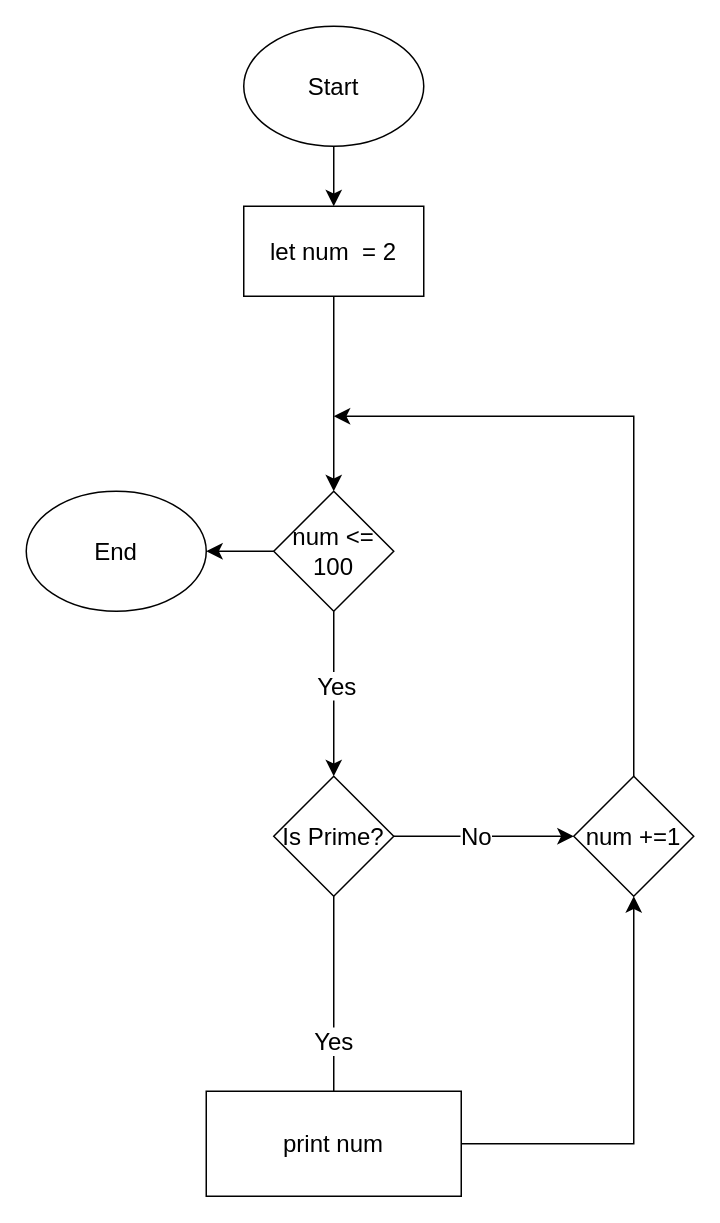
Above: page "Page-1" (1 of 2) of q14.drawio in reecewdoyle/T1A1 (draw.io), before the change. Source tidied: cells renumbered, new cells numbered last; positions are measured from the earlier drawing's top-left corner, leaving out a move shared by most shapes. Both pictures are drawn from the tidied source at 150%, with x=0, y=0 at pixel (26, 26).
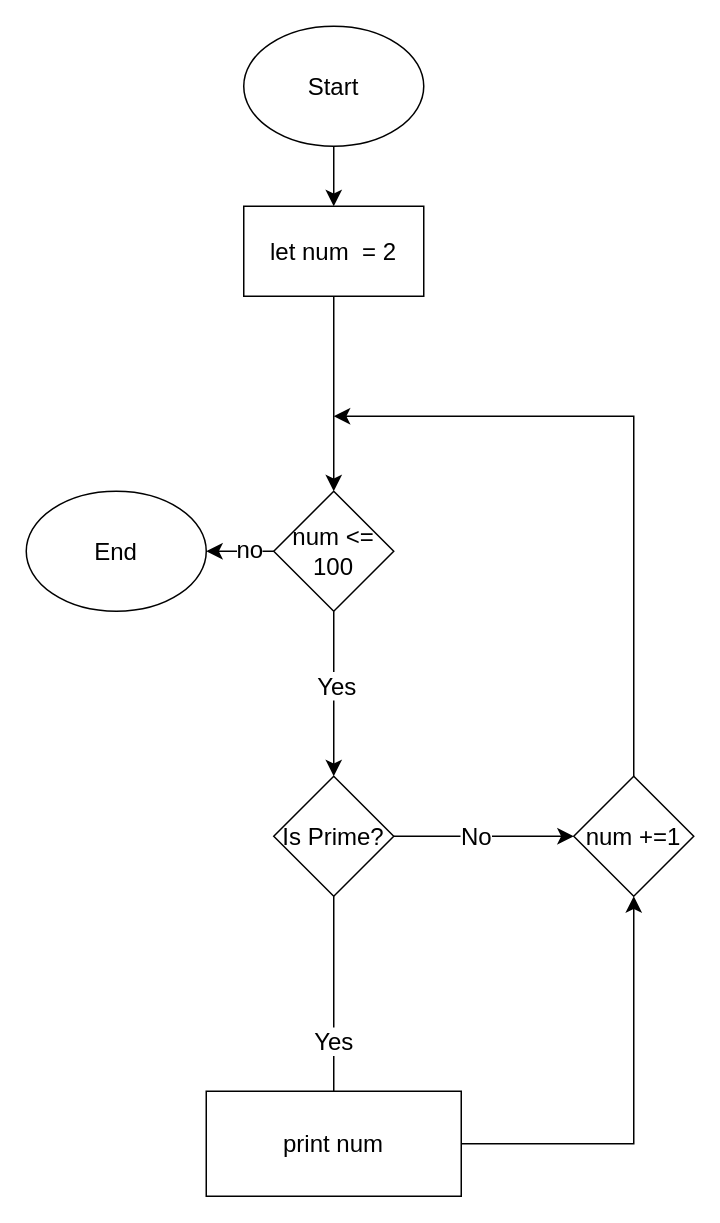
The same diagram, later.

The change refers to these unchanged cells:
```xml
<mxCell id="7" style="edgeStyle=none;curved=1;rounded=0;jettySize=auto;html=1;fontSize=12;startSize=8;endSize=8;" parent="1" edge="1" source="8" target="17">
  <mxGeometry relative="1" as="geometry" />
</mxCell>
```

What changed in the source:
```diff
@@
+    <mxCell id="20" value="no" style="edgeLabel;html=1;align=center;verticalAlign=middle;fontSize=16;" parent="7" vertex="1">
+      <mxGeometry x="-0.24" y="-2" relative="1" as="geometry" />
+    </mxCell>
```
